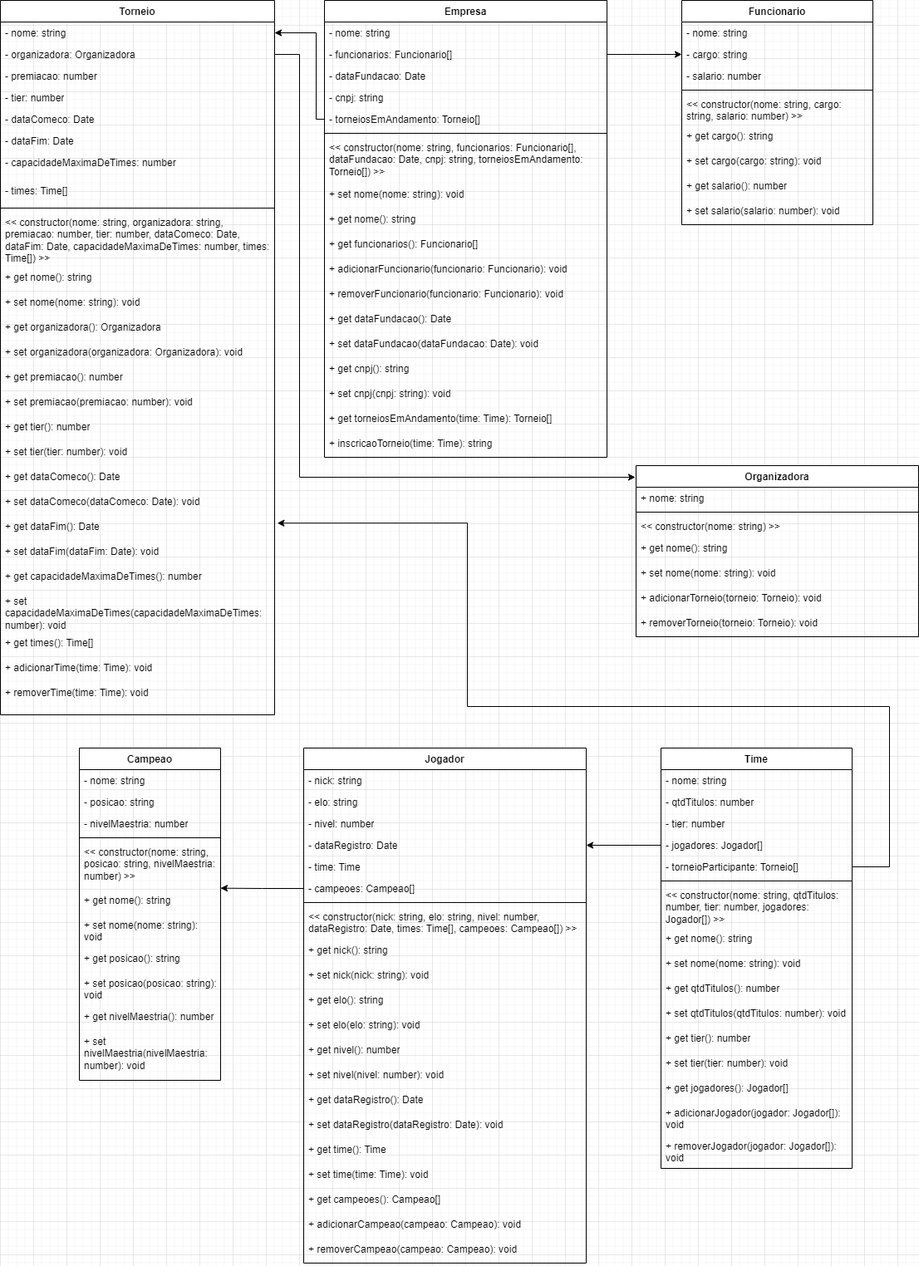
Above: diagrama.png in EduardoBragadeOliveira/poo-jogadores (draw.io), before the change. Source tidied: cells renumbered, new cells last; positions are measured from the earlier drawing's top-left corner, leaving out a move shared by most shapes.
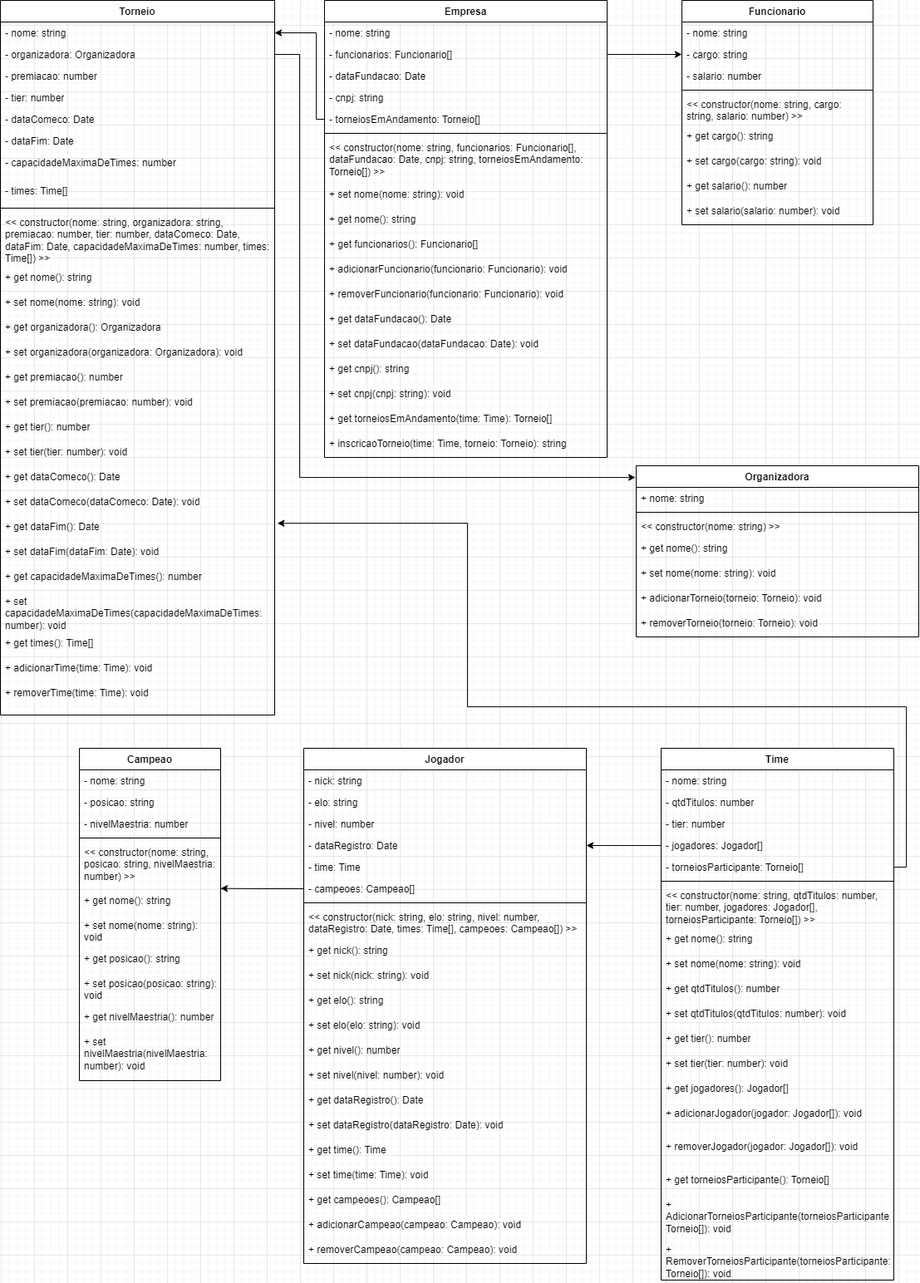
Above is the later version.

Commit message:
UML ajustada

The edit, as a diff of the source:
```diff
@@ -69,56 +69,65 @@
       <mxGeometry y="590" width="340" height="30" as="geometry" />
     </mxCell>
     <mxCell id="24" value="Time" style="swimlane;fontStyle=1;align=center;verticalAlign=top;horizontal=1;startSize=26;whiteSpace=wrap;html=1;" parent="1" vertex="1">
-      <mxGeometry x="795" y="900" width="230" height="506" as="geometry" />
+      <mxGeometry x="795" y="900" width="280" height="640" as="geometry" />
     </mxCell>
     <mxCell id="25" value="- nome: string" style="text;strokeColor=none;fillColor=none;align=left;verticalAlign=top;spacingLeft=4;spacingRight=4;overflow=hidden;whiteSpace=wrap;html=1;" parent="24" vertex="1">
-      <mxGeometry y="26" width="230" height="26" as="geometry" />
+      <mxGeometry y="26" width="280" height="26" as="geometry" />
     </mxCell>
     <mxCell id="26" value="- qtdTitulos: number" style="text;strokeColor=none;fillColor=none;align=left;verticalAlign=top;spacingLeft=4;spacingRight=4;overflow=hidden;whiteSpace=wrap;html=1;" parent="24" vertex="1">
-      <mxGeometry y="52" width="230" height="26" as="geometry" />
+      <mxGeometry y="52" width="280" height="26" as="geometry" />
     </mxCell>
     <mxCell id="27" value="- tier: number" style="text;strokeColor=none;fillColor=none;align=left;verticalAlign=top;spacingLeft=4;spacingRight=4;overflow=hidden;whiteSpace=wrap;html=1;" parent="24" vertex="1">
-      <mxGeometry y="78" width="230" height="26" as="geometry" />
+      <mxGeometry y="78" width="280" height="26" as="geometry" />
     </mxCell>
     <mxCell id="28" value="- jogadores: Jogador[]" style="text;strokeColor=none;fillColor=none;align=left;verticalAlign=top;spacingLeft=4;spacingRight=4;overflow=hidden;points=[[0,0.5],[1,0.5]];portConstraint=eastwest;whiteSpace=wrap;html=1;" parent="24" vertex="1">
-      <mxGeometry y="104" width="230" height="26" as="geometry" />
+      <mxGeometry y="104" width="280" height="26" as="geometry" />
     </mxCell>
-    <mxCell id="29" value="- torneioParticipante: Torneio[]" style="text;strokeColor=none;fillColor=none;align=left;verticalAlign=top;spacingLeft=4;spacingRight=4;overflow=hidden;points=[[0,0.5],[1,0.5]];portConstraint=eastwest;whiteSpace=wrap;html=1;" parent="24" vertex="1">
-      <mxGeometry y="130" width="230" height="26" as="geometry" />
+    <mxCell id="29" value="- torneiosParticipante: Torneio[]" style="text;strokeColor=none;fillColor=none;align=left;verticalAlign=top;spacingLeft=4;spacingRight=4;overflow=hidden;points=[[0,0.5],[1,0.5]];portConstraint=eastwest;whiteSpace=wrap;html=1;" parent="24" vertex="1">
+      <mxGeometry y="130" width="280" height="26" as="geometry" />
     </mxCell>
     <mxCell id="30" style="line;strokeWidth=1;fillColor=none;align=left;verticalAlign=middle;spacingTop=-1;spacingLeft=3;spacingRight=3;labelPosition=right;strokeColor=inherit;" parent="24" vertex="1">
-      <mxGeometry y="156" width="230" height="8" as="geometry" />
+      <mxGeometry y="156" width="280" height="8" as="geometry" />
     </mxCell>
-    <mxCell id="31" value="&amp;lt;&amp;lt; constructor(nome: string, qtdTitulos: number, tier: number, jogadores: Jogador[]) &amp;gt;&amp;gt;" style="text;strokeColor=none;fillColor=none;align=left;verticalAlign=top;spacingLeft=4;spacingRight=4;overflow=hidden;whiteSpace=wrap;html=1;" parent="24" vertex="1">
-      <mxGeometry y="164" width="230" height="52" as="geometry" />
+    <mxCell id="31" value="&amp;lt;&amp;lt; constructor(nome: string, qtdTitulos: number, tier: number, jogadores: Jogador[], torneiosParticipante: Torneio[]) &amp;gt;&amp;gt;" style="text;strokeColor=none;fillColor=none;align=left;verticalAlign=top;spacingLeft=4;spacingRight=4;overflow=hidden;whiteSpace=wrap;html=1;" parent="24" vertex="1">
+      <mxGeometry y="164" width="280" height="52" as="geometry" />
     </mxCell>
     <mxCell id="32" value="+ get nome(): string" style="text;strokeColor=none;fillColor=none;align=left;verticalAlign=top;spacingLeft=4;spacingRight=4;overflow=hidden;whiteSpace=wrap;html=1;" parent="24" vertex="1">
-      <mxGeometry y="216" width="230" height="30" as="geometry" />
+      <mxGeometry y="216" width="280" height="30" as="geometry" />
     </mxCell>
     <mxCell id="33" value="+ set nome(nome: string): void" style="text;strokeColor=none;fillColor=none;align=left;verticalAlign=top;spacingLeft=4;spacingRight=4;overflow=hidden;whiteSpace=wrap;html=1;" parent="24" vertex="1">
-      <mxGeometry y="246" width="230" height="30" as="geometry" />
+      <mxGeometry y="246" width="280" height="30" as="geometry" />
     </mxCell>
     <mxCell id="34" value="+ get qtdTitulos(): number" style="text;strokeColor=none;fillColor=none;align=left;verticalAlign=top;spacingLeft=4;spacingRight=4;overflow=hidden;whiteSpace=wrap;html=1;" parent="24" vertex="1">
-      <mxGeometry y="276" width="230" height="30" as="geometry" />
+      <mxGeometry y="276" width="280" height="30" as="geometry" />
     </mxCell>
     <mxCell id="35" value="+ set qtdTitulos(qtdTitulos: number): void" style="text;strokeColor=none;fillColor=none;align=left;verticalAlign=top;spacingLeft=4;spacingRight=4;overflow=hidden;whiteSpace=wrap;html=1;" parent="24" vertex="1">
-      <mxGeometry y="306" width="230" height="30" as="geometry" />
+      <mxGeometry y="306" width="280" height="30" as="geometry" />
     </mxCell>
     <mxCell id="36" value="+ get tier(): number" style="text;strokeColor=none;fillColor=none;align=left;verticalAlign=top;spacingLeft=4;spacingRight=4;overflow=hidden;whiteSpace=wrap;html=1;" parent="24" vertex="1">
-      <mxGeometry y="336" width="230" height="30" as="geometry" />
+      <mxGeometry y="336" width="280" height="30" as="geometry" />
     </mxCell>
     <mxCell id="37" value="+ set tier(tier: number): void" style="text;strokeColor=none;fillColor=none;align=left;verticalAlign=top;spacingLeft=4;spacingRight=4;overflow=hidden;whiteSpace=wrap;html=1;" parent="24" vertex="1">
-      <mxGeometry y="366" width="230" height="30" as="geometry" />
+      <mxGeometry y="366" width="280" height="30" as="geometry" />
     </mxCell>
     <mxCell id="38" value="+ get jogadores(): Jogador[]" style="text;strokeColor=none;fillColor=none;align=left;verticalAlign=top;spacingLeft=4;spacingRight=4;overflow=hidden;whiteSpace=wrap;html=1;" parent="24" vertex="1">
-      <mxGeometry y="396" width="230" height="30" as="geometry" />
+      <mxGeometry y="396" width="280" height="30" as="geometry" />
     </mxCell>
     <mxCell id="39" value="+ adicionarJogador(jogador: Jogador[]): void" style="text;strokeColor=none;fillColor=none;align=left;verticalAlign=top;spacingLeft=4;spacingRight=4;overflow=hidden;whiteSpace=wrap;html=1;" parent="24" vertex="1">
-      <mxGeometry y="426" width="230" height="40" as="geometry" />
+      <mxGeometry y="426" width="280" height="40" as="geometry" />
     </mxCell>
     <mxCell id="40" value="+ removerJogador(jogador: Jogador[]): void" style="text;strokeColor=none;fillColor=none;align=left;verticalAlign=top;spacingLeft=4;spacingRight=4;overflow=hidden;whiteSpace=wrap;html=1;" parent="24" vertex="1">
-      <mxGeometry y="466" width="230" height="40" as="geometry" />
+      <mxGeometry y="466" width="280" height="40" as="geometry" />
     </mxCell>
+    <mxCell id="124" value="+ get torneiosParticipante(): Torneio[]" style="text;strokeColor=none;fillColor=none;align=left;verticalAlign=top;spacingLeft=4;spacingRight=4;overflow=hidden;whiteSpace=wrap;html=1;" parent="24" vertex="1">
+      <mxGeometry y="506" width="280" height="30" as="geometry" />
+    </mxCell>
+    <mxCell id="125" value="+ AdicionarTorneiosParticipante(torneiosParticipante: Torneio[]): void" style="text;strokeColor=none;fillColor=none;align=left;verticalAlign=top;spacingLeft=4;spacingRight=4;overflow=hidden;whiteSpace=wrap;html=1;" parent="24" vertex="1">
+      <mxGeometry y="536" width="280" height="54" as="geometry" />
+    </mxCell>
+    <mxCell id="126" value="+ RemoverTorneiosParticipante(torneiosParticipante: Torneio[]): void" style="text;strokeColor=none;fillColor=none;align=left;verticalAlign=top;spacingLeft=4;spacingRight=4;overflow=hidden;whiteSpace=wrap;html=1;" parent="24" vertex="1">
+      <mxGeometry y="590" width="280" height="50" as="geometry" />
+    </mxCell>
     <mxCell id="41" value="Campeao" style="swimlane;fontStyle=1;align=center;verticalAlign=top;horizontal=1;startSize=26;whiteSpace=wrap;html=1;" parent="1" vertex="1">
       <mxGeometry x="95" y="900" width="170" height="400" as="geometry" />
     </mxCell>
@@ -212,7 +221,7 @@
     <mxCell id="71" value="+ get torneiosEmAndamento(time: Time): Torneio[]" style="text;strokeColor=none;fillColor=none;align=left;verticalAlign=top;spacingLeft=4;spacingRight=4;overflow=hidden;whiteSpace=wrap;html=1;" parent="54" vertex="1">
       <mxGeometry y="490" width="340" height="30" as="geometry" />
     </mxCell>
-    <mxCell id="72" value="+ inscricaoTorneio(time: Time): string" style="text;strokeColor=none;fillColor=none;align=left;verticalAlign=top;spacingLeft=4;spacingRight=4;overflow=hidden;whiteSpace=wrap;html=1;" parent="54" vertex="1">
+    <mxCell id="72" value="+ inscricaoTorneio(time: Time, torneio: Torneio): string" style="text;strokeColor=none;fillColor=none;align=left;verticalAlign=top;spacingLeft=4;spacingRight=4;overflow=hidden;whiteSpace=wrap;html=1;" parent="54" vertex="1">
       <mxGeometry y="520" width="340" height="30" as="geometry" />
     </mxCell>
     <mxCell id="73" value="Torneio" style="swimlane;fontStyle=1;align=center;verticalAlign=top;horizontal=1;startSize=26;whiteSpace=wrap;html=1;" parent="1" vertex="1">
@@ -362,8 +371,8 @@
     <mxCell id="121" style="edgeStyle=orthogonalEdgeStyle;rounded=0;jettySize=auto;html=1;entryX=1.01;entryY=0.307;entryDx=0;entryDy=0;entryPerimeter=0;" parent="1" edge="1" source="29" target="94">
       <mxGeometry relative="1" as="geometry">
         <Array as="points">
-          <mxPoint x="1070" y="1043" />
-          <mxPoint x="1070" y="850" />
+          <mxPoint x="1090" y="1043" />
+          <mxPoint x="1090" y="850" />
           <mxPoint x="562" y="850" />
           <mxPoint x="562" y="629" />
         </Array>
```
